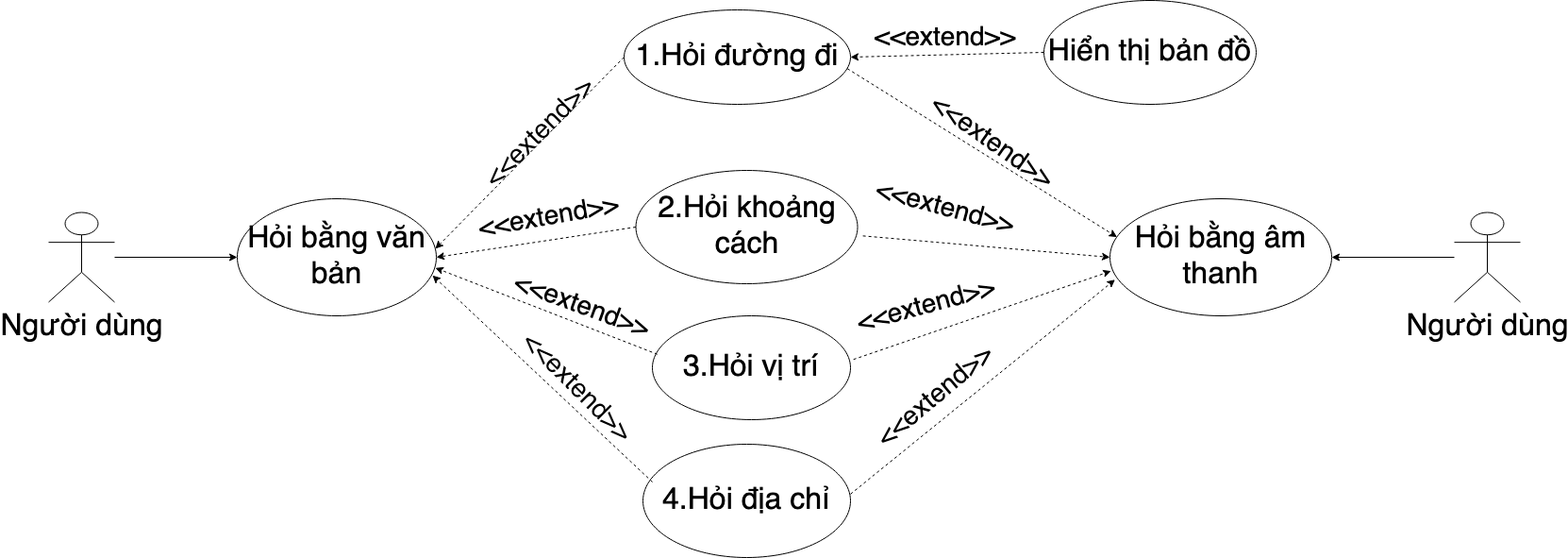
The draw.io diagram images/ChatbotSRS-UseCase.png in myduyenn218/Report_KL_2021, before a commit. Source tidied: cells renumbered, new cells last; positions are measured from the earlier drawing's top-left corner, leaving out a move shared by most shapes.
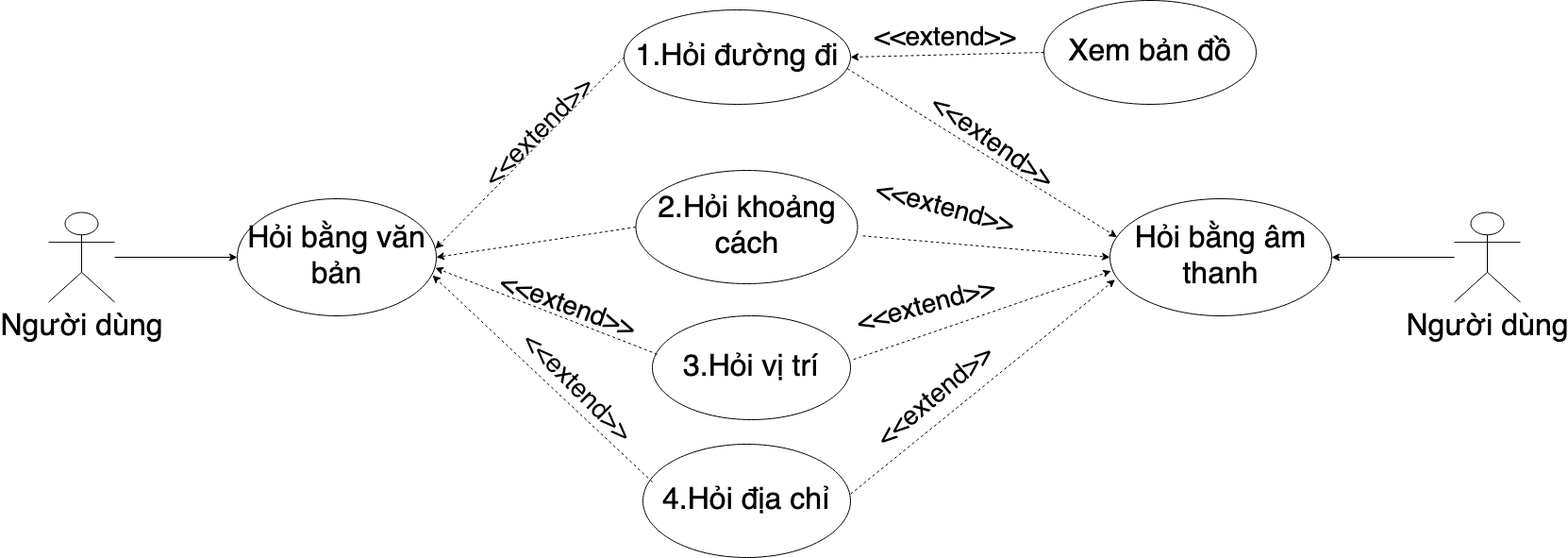
Later version of the same file.

The edit, as a diff of the source:
```diff
@@ -26,7 +26,7 @@
     <mxCell id="9" value="4.Hỏi địa chỉ" style="ellipse;whiteSpace=wrap;html=1;fontSize=32;" parent="1" vertex="1">
       <mxGeometry x="630" y="470" width="220" height="120" as="geometry" />
     </mxCell>
-    <mxCell id="10" value="Hiển thị bản đồ" style="ellipse;whiteSpace=wrap;html=1;fontSize=32;" parent="1" vertex="1">
+    <mxCell id="10" value="Xem bản đồ" style="ellipse;whiteSpace=wrap;html=1;fontSize=32;" parent="1" vertex="1">
       <mxGeometry x="1055" width="225" height="110" as="geometry" />
     </mxCell>
     <mxCell id="11" style="endArrow=classic;html=1;fontSize=32;exitX=0;exitY=0.5;exitDx=0;exitDy=0;dashed=1;entryX=0.995;entryY=0.427;entryDx=0;entryDy=0;entryPerimeter=0;" parent="1" edge="1" source="8" target="4">
@@ -35,7 +35,7 @@
     <mxCell id="12" style="endArrow=classic;html=1;fontSize=32;exitX=1;exitY=0.44;exitDx=0;exitDy=0;exitPerimeter=0;dashed=1;entryX=0.023;entryY=0.691;entryDx=0;entryDy=0;entryPerimeter=0;" parent="1" edge="1" source="9" target="5">
       <mxGeometry x="-0.37" y="-51" relative="1" as="geometry" />
     </mxCell>
-    <mxCell id="13" value="&lt;font style=&quot;font-size: 28px&quot;&gt;&amp;lt;&amp;lt;extend&amp;gt;&amp;gt;&lt;/font&gt;" style="text;html=1;align=center;verticalAlign=middle;strokeColor=none;fontSize=32;rotation=-45;" parent="1" vertex="1">
+    <mxCell id="13" value="&lt;font style=&quot;font-size: 28px&quot;&gt;&amp;lt;&amp;lt;extend&amp;gt;&amp;gt;&lt;/font&gt;" style="text;html=1;align=center;verticalAlign=middle;strokeColor=none;fontSize=28;rotation=-45;" parent="1" vertex="1">
       <mxGeometry x="440" y="120" width="160" height="40" as="geometry" />
     </mxCell>
     <mxCell id="14" value="&lt;font style=&quot;font-size: 28px;&quot;&gt;&amp;lt;&amp;lt;extend&amp;gt;&amp;gt;&lt;/font&gt;" style="text;html=1;align=center;verticalAlign=middle;strokeColor=none;fontSize=28;rotation=45;" parent="1" vertex="1">
@@ -56,9 +56,6 @@
     <mxCell id="19" style="endArrow=classic;html=1;fontSize=32;exitX=1.024;exitY=0.578;exitDx=0;exitDy=0;dashed=1;exitPerimeter=0;entryX=0;entryY=0.5;entryDx=0;entryDy=0;" parent="1" edge="1" source="7" target="5">
       <mxGeometry relative="1" as="geometry" />
     </mxCell>
-    <mxCell id="20" value="&lt;font style=&quot;font-size: 28px;&quot;&gt;&amp;lt;&amp;lt;extend&amp;gt;&amp;gt;&lt;/font&gt;" style="text;html=1;align=center;verticalAlign=middle;strokeColor=none;fontSize=28;rotation=-10;" parent="1" vertex="1">
-      <mxGeometry x="450" y="210" width="160" height="40" as="geometry" />
-    </mxCell>
     <mxCell id="21" style="endArrow=classic;html=1;fontSize=32;dashed=1;entryX=0.981;entryY=0.655;entryDx=0;entryDy=0;entryPerimeter=0;" parent="1" edge="1" target="4">
       <mxGeometry relative="1" as="geometry">
         <mxPoint x="640" y="510" as="sourcePoint" />
@@ -67,9 +64,6 @@
     <mxCell id="22" value="&lt;font style=&quot;font-size: 28px;&quot;&gt;&amp;lt;&amp;lt;extend&amp;gt;&amp;gt;&lt;/font&gt;" style="text;html=1;align=center;verticalAlign=middle;strokeColor=none;fontSize=28;rotation=0;" parent="1" vertex="1">
       <mxGeometry x="870" y="20" width="160" height="40" as="geometry" />
     </mxCell>
-    <mxCell id="23" value="&lt;font style=&quot;font-size: 28px;&quot;&gt;&amp;lt;&amp;lt;extend&amp;gt;&amp;gt;&lt;/font&gt;" style="text;html=1;align=center;verticalAlign=middle;strokeColor=none;fontSize=28;rotation=20;" parent="1" vertex="1">
-      <mxGeometry x="485" y="304" width="160" height="40" as="geometry" />
-    </mxCell>
     <mxCell id="24" style="endArrow=classic;html=1;fontSize=32;dashed=1;entryX=0.032;entryY=0.327;entryDx=0;entryDy=0;entryPerimeter=0;exitX=0.986;exitY=0.622;exitDx=0;exitDy=0;exitPerimeter=0;" parent="1" edge="1" source="8" target="5">
       <mxGeometry relative="1" as="geometry" />
     </mxCell>
@@ -91,5 +85,8 @@
     <mxCell id="30" value="&lt;font style=&quot;font-size: 28px;&quot;&gt;&amp;lt;&amp;lt;extend&amp;gt;&amp;gt;&lt;/font&gt;" style="text;html=1;align=center;verticalAlign=middle;strokeColor=none;fontSize=28;rotation=35;" parent="1" vertex="1">
       <mxGeometry x="920" y="130" width="160" height="40" as="geometry" />
     </mxCell>
+    <mxCell id="23" value="&lt;font style=&quot;font-size: 28px;&quot;&gt;&amp;lt;&amp;lt;extend&amp;gt;&amp;gt;&lt;/font&gt;" style="text;html=1;align=center;verticalAlign=middle;strokeColor=none;fontSize=28;rotation=20;" parent="1" vertex="1">
+      <mxGeometry x="470" y="304" width="160" height="40" as="geometry" />
+    </mxCell>
   </root>
 </mxGraphModel>
```
